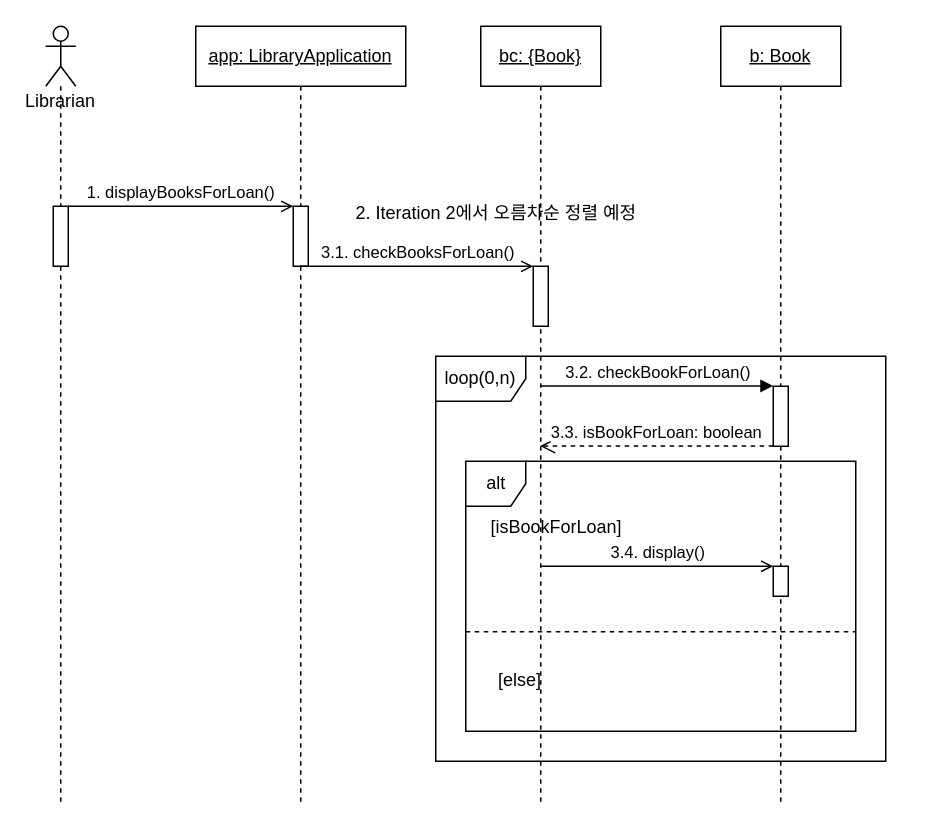
This is UML/SD3 Display books for loan.drawio from Halozhan/2023-2-LibraryApplication, a draw.io file, before an edit. Source tidied: cells renumbered, new cells numbered last; positions are measured from the earlier drawing's top-left corner, leaving out a move shared by most shapes. Both pictures are drawn from the tidied source at 150%, with x=0, y=0 at pixel (45, 26).
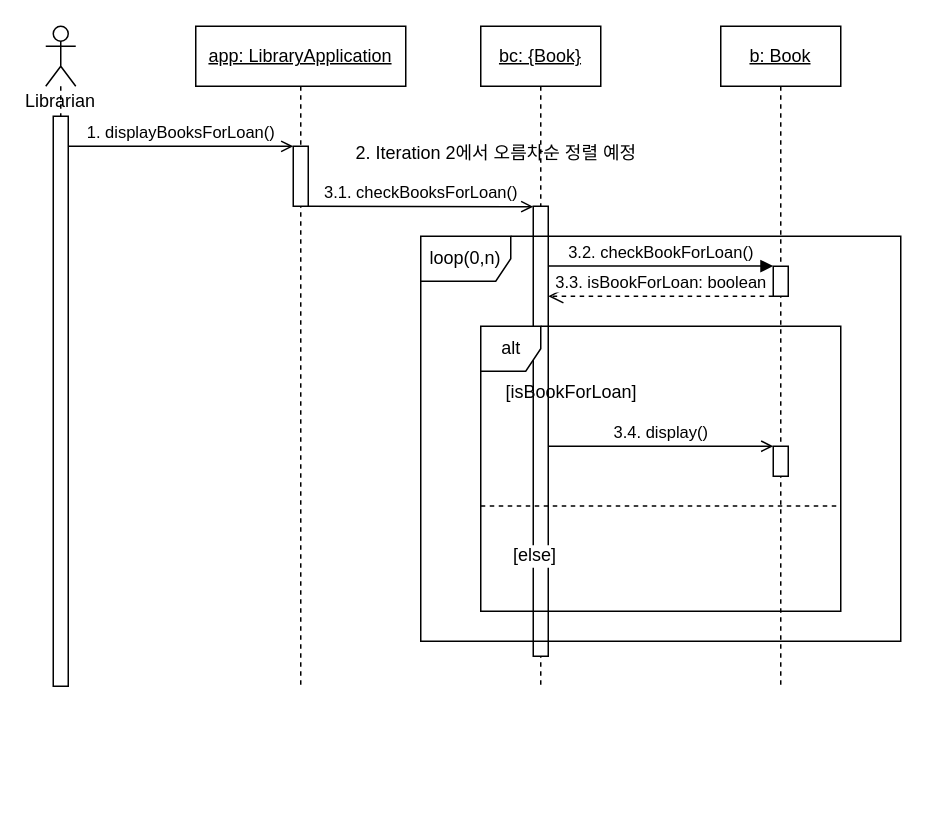
The same page after the edit.

Diff of the diagram source:
```diff
@@
-    <mxCell id="2" value="loop(0,n)" style="shape=umlFrame;whiteSpace=wrap;html=1;" parent="1" vertex="1">
-      <mxGeometry x="260" y="220" width="300" height="270" as="geometry" />
-    </mxCell>
-    <mxCell id="3" value="alt" style="shape=umlFrame;tabWidth=110;tabHeight=30;tabPosition=left;html=1;boundedLbl=1;labelInHeader=1;width=40;height=30;" parent="1" vertex="1">
-      <mxGeometry x="280" y="290" width="260" height="180" as="geometry" />
-    </mxCell>
-    <mxCell id="4" value="[isBookForLoan]" style="text;" parent="3" vertex="1">
-      <mxGeometry width="100" height="20" relative="1" as="geometry">
-        <mxPoint x="15" y="30" as="offset" />
-      </mxGeometry>
-    </mxCell>
-    <mxCell id="5" value="[else]" style="line;strokeWidth=1;dashed=1;labelPosition=center;verticalLabelPosition=bottom;align=left;verticalAlign=top;spacingLeft=20;spacingTop=15;" parent="3" vertex="1">
-      <mxGeometry y="110" width="260" height="7.2" as="geometry" />
-    </mxCell>
     <mxCell id="6" value="Librarian&lt;br&gt;" style="shape=umlLifeline;participant=umlActor;perimeter=lifelinePerimeter;whiteSpace=wrap;html=1;verticalAlign=top;spacingTop=36;outlineConnect=0;" parent="1" vertex="1">
-      <mxGeometry width="20" height="520" as="geometry" />
+      <mxGeometry width="20" height="440" as="geometry" />
     </mxCell>
@@
     <mxCell id="8" style="html=1;points=[];perimeter=orthogonalPerimeter;" parent="6" vertex="1">
-      <mxGeometry x="5" y="120" width="10" height="40" as="geometry" />
+      <mxGeometry x="5" y="60" width="10" height="380" as="geometry" />
     </mxCell>
     <mxCell id="9" value="&lt;u&gt;app: LibraryApplication&lt;/u&gt;" style="shape=umlLifeline;perimeter=lifelinePerimeter;whiteSpace=wrap;html=1;outlineConnect=0;" parent="1" vertex="1">
-      <mxGeometry x="100" width="140" height="520" as="geometry" />
+      <mxGeometry x="100" width="140" height="440" as="geometry" />
     </mxCell>
     <mxCell id="10" style="html=1;points=[];perimeter=orthogonalPerimeter;" parent="9" vertex="1">
-      <mxGeometry x="65" y="120" width="10" height="40" as="geometry" />
+      <mxGeometry x="65" y="80" width="10" height="40" as="geometry" />
     </mxCell>
     <mxCell id="11" value="&lt;u&gt;bc: {Book}&lt;/u&gt;" style="shape=umlLifeline;perimeter=lifelinePerimeter;whiteSpace=wrap;html=1;outlineConnect=0;" parent="1" vertex="1">
-      <mxGeometry x="290" width="80" height="520" as="geometry" />
+      <mxGeometry x="290" width="80" height="440" as="geometry" />
     </mxCell>
     <mxCell id="12" style="html=1;points=[];perimeter=orthogonalPerimeter;" parent="11" vertex="1">
-      <mxGeometry x="35" y="160" width="10" height="40" as="geometry" />
+      <mxGeometry x="35" y="120" width="10" height="300" as="geometry" />
     </mxCell>
     <mxCell id="13" value="&lt;u style=&quot;&quot;&gt;b: Book&lt;/u&gt;" style="shape=umlLifeline;perimeter=lifelinePerimeter;whiteSpace=wrap;html=1;" parent="1" vertex="1">
-      <mxGeometry x="450" width="80" height="520" as="geometry" />
+      <mxGeometry x="450" width="80" height="440" as="geometry" />
     </mxCell>
     <mxCell id="14" style="html=1;points=[];perimeter=orthogonalPerimeter;" parent="13" vertex="1">
-      <mxGeometry x="35" y="240" width="10" height="40" as="geometry" />
+      <mxGeometry x="35" y="160" width="10" height="20" as="geometry" />
     </mxCell>
     <mxCell id="15" style="html=1;points=[];perimeter=orthogonalPerimeter;" parent="13" vertex="1">
-      <mxGeometry x="35" y="360" width="10" height="20" as="geometry" />
+      <mxGeometry x="35" y="280" width="10" height="20" as="geometry" />
     </mxCell>
@@
     <mxCell id="17" value="2. Iteration 2에서 오름차순 정렬 예정" style="text;html=1;align=center;verticalAlign=middle;strokeColor=none;fillColor=none;" parent="1" vertex="1">
-      <mxGeometry x="190" y="110" width="220" height="30" as="geometry" />
+      <mxGeometry x="190" y="70" width="220" height="30" as="geometry" />
     </mxCell>
-    <mxCell id="18" value="3.1. checkBooksForLoan()" style="html=1;verticalAlign=bottom;labelBackgroundColor=none;endArrow=open;endFill=0;elbow=vertical;entryX=0.001;entryY=0.001;entryDx=0;entryDy=0;entryPerimeter=0;" parent="1" edge="1" source="9" target="12">
+    <mxCell id="18" value="3.1. checkBooksForLoan()" style="html=1;verticalAlign=bottom;labelBackgroundColor=none;endArrow=open;endFill=0;elbow=vertical;entryX=0.001;entryY=0.001;entryDx=0;entryDy=0;entryPerimeter=0;" parent="1" edge="1" source="10" target="12">
       <mxGeometry relative="1" as="geometry" />
     </mxCell>
-    <mxCell id="19" value="3.2. checkBookForLoan()" style="html=1;verticalAlign=bottom;endArrow=block;entryX=-0.005;entryY=-0.005;entryDx=0;entryDy=0;entryPerimeter=0;" parent="1" edge="1" source="11" target="14">
+    <mxCell id="19" value="3.2. checkBookForLoan()" style="html=1;verticalAlign=bottom;endArrow=block;entryX=-0.005;entryY=-0.005;entryDx=0;entryDy=0;entryPerimeter=0;" parent="1" edge="1" source="12" target="14">
       <mxGeometry relative="1" as="geometry" />
     </mxCell>
-    <mxCell id="20" value="3.3. isBookForLoan: boolean" style="html=1;verticalAlign=bottom;endArrow=open;dashed=1;endSize=8;exitX=-0.005;exitY=0.997;exitDx=0;exitDy=0;exitPerimeter=0;" parent="1" edge="1" source="14" target="11">
+    <mxCell id="20" value="3.3. isBookForLoan: boolean" style="html=1;verticalAlign=bottom;endArrow=open;dashed=1;endSize=8;exitX=-0.005;exitY=0.997;exitDx=0;exitDy=0;exitPerimeter=0;" parent="1" edge="1" source="14" target="12">
       <mxGeometry relative="1" as="geometry" />
     </mxCell>
-    <mxCell id="21" value="3.4. display()" style="html=1;verticalAlign=bottom;labelBackgroundColor=none;endArrow=open;endFill=0;entryX=-0.002;entryY=0.001;entryDx=0;entryDy=0;entryPerimeter=0;" parent="1" edge="1" source="11" target="15">
+    <mxCell id="21" value="3.4. display()" style="html=1;verticalAlign=bottom;labelBackgroundColor=none;endArrow=open;endFill=0;entryX=0.003;entryY=-0.001;entryDx=0;entryDy=0;entryPerimeter=0;" parent="1" edge="1" source="12" target="15">
       <mxGeometry relative="1" as="geometry" />
     </mxCell>
+    <mxCell id="2" value="loop(0,n)" style="shape=umlFrame;whiteSpace=wrap;html=1;" parent="1" vertex="1">
+      <mxGeometry x="250" y="140" width="320" height="270" as="geometry" />
+    </mxCell>
+    <mxCell id="3" value="alt" style="shape=umlFrame;tabWidth=110;tabHeight=30;tabPosition=left;html=1;boundedLbl=1;labelInHeader=1;width=40;height=30;" parent="1" vertex="1">
+      <mxGeometry x="290" y="200" width="240" height="190" as="geometry" />
+    </mxCell>
+    <mxCell id="4" value="[isBookForLoan]" style="text;" parent="3" vertex="1">
+      <mxGeometry width="100" height="20" relative="1" as="geometry">
+        <mxPoint x="15" y="30" as="offset" />
+      </mxGeometry>
+    </mxCell>
+    <mxCell id="5" value="[else]" style="line;strokeWidth=1;dashed=1;labelPosition=center;verticalLabelPosition=bottom;align=left;verticalAlign=top;spacingLeft=20;spacingTop=15;" parent="3" vertex="1">
+      <mxGeometry y="116.1" width="240" height="7.6" as="geometry" />
+    </mxCell>
```
